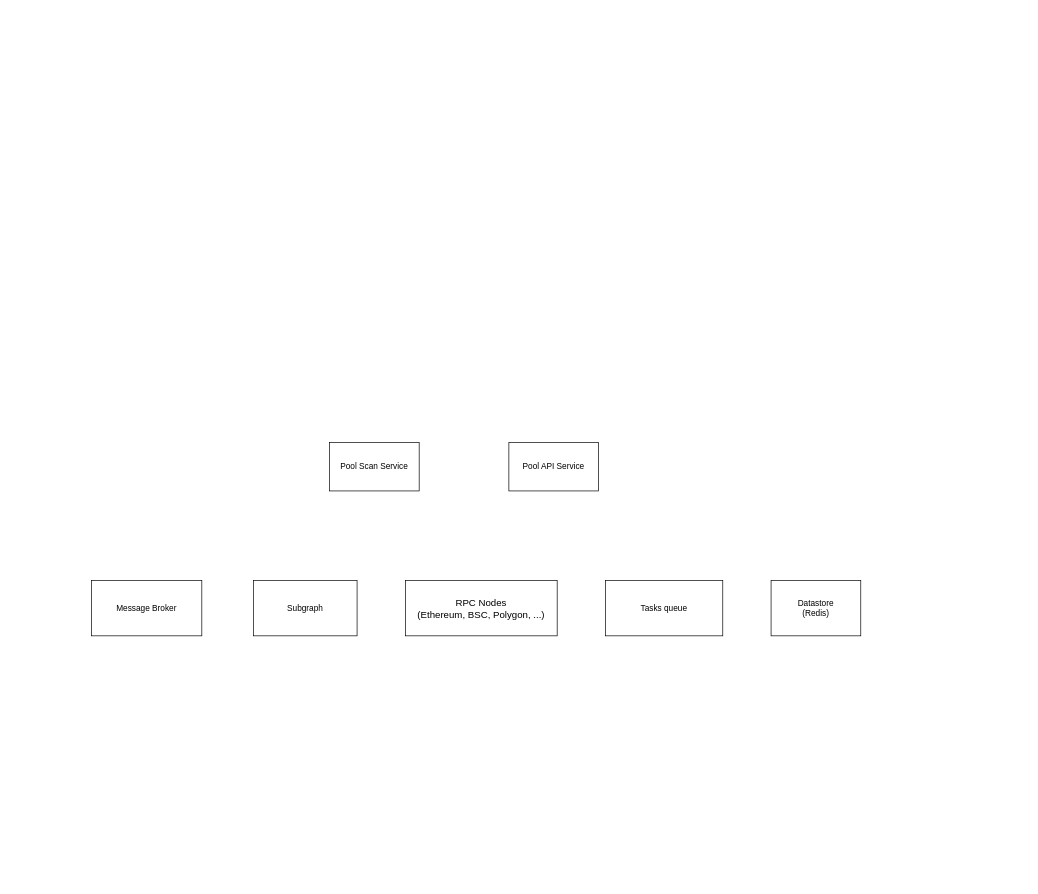
Before: Pool service system components.drawio in piavgh/draw.io-data, a draw.io diagram. Source tidied: cells renumbered, new cells numbered last; positions are measured from the earlier drawing's top-left corner, leaving out a move shared by most shapes. Both pictures are drawn from the tidied source at 69%, with x=0, y=0 at pixel (91, 442).
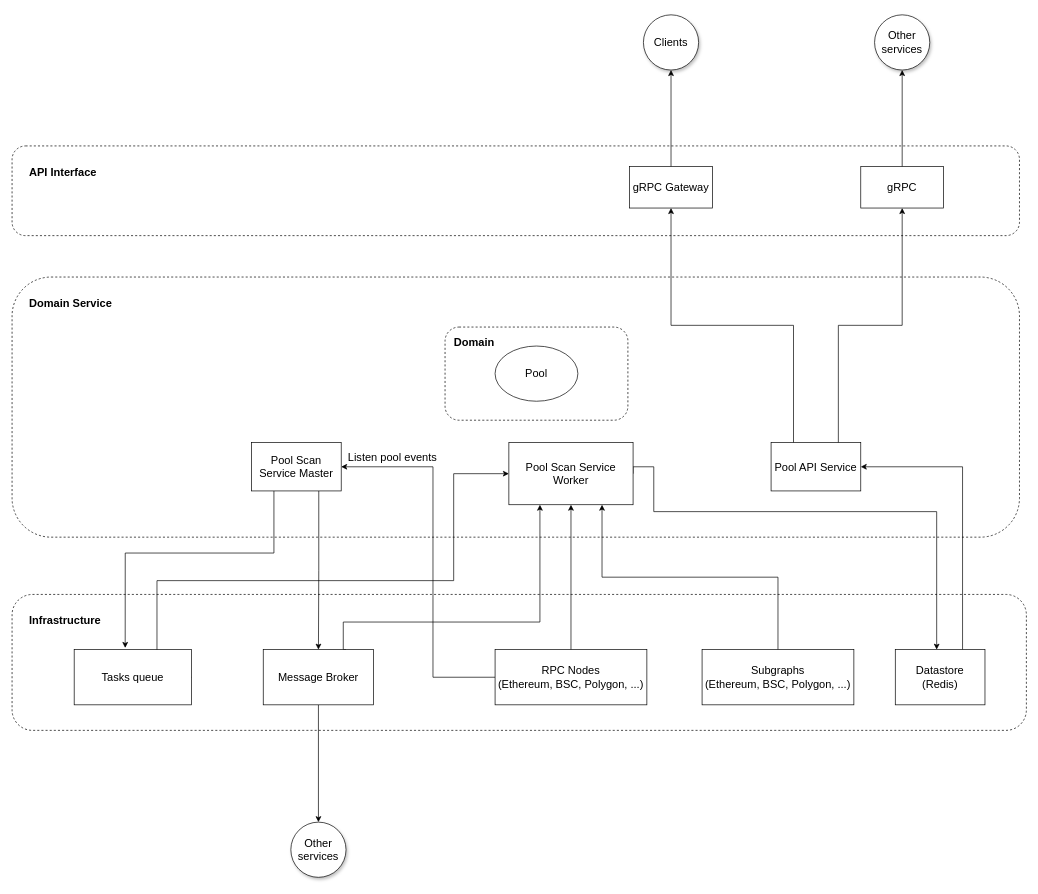
After the change.

Change to the diagram source:
```diff
@@
+    <mxCell id="9" value="&lt;b&gt;API Interface&lt;/b&gt;" style="rounded=1;whiteSpace=wrap;html=1;dashed=1;fontSize=16;fillColor=default;align=left;verticalAlign=top;spacingTop=22;spacingLeft=23;fillOpacity=50;" parent="1" vertex="1">
+      <mxGeometry x="-115" y="-430" width="1460" height="130" as="geometry" />
+    </mxCell>
+    <mxCell id="10" value="&lt;b&gt;Infrastructure&lt;/b&gt;" style="rounded=1;whiteSpace=wrap;html=1;dashed=1;fontSize=16;fillColor=default;align=left;verticalAlign=top;spacingTop=22;spacingLeft=23;fillOpacity=50;" parent="1" vertex="1">
+      <mxGeometry x="-115" y="220" width="1470" height="197" as="geometry" />
+    </mxCell>
+    <mxCell id="11" value="&lt;b&gt;Domain Service&lt;/b&gt;" style="rounded=1;whiteSpace=wrap;html=1;dashed=1;fontSize=16;fillColor=default;align=left;verticalAlign=top;spacingTop=22;spacingLeft=23;fillOpacity=50;" parent="1" vertex="1">
+      <mxGeometry x="-115" y="-240" width="1460" height="377" as="geometry" />
+    </mxCell>
+    <mxCell id="12" style="edgeStyle=orthogonalEdgeStyle;rounded=0;jettySize=auto;html=1;exitX=0.25;exitY=0;exitDx=0;exitDy=0;entryX=0.5;entryY=1;entryDx=0;entryDy=0;fontSize=16;" parent="1" edge="1" source="2" target="25">
+      <mxGeometry relative="1" as="geometry" />
+    </mxCell>
+    <mxCell id="13" style="edgeStyle=orthogonalEdgeStyle;rounded=0;jettySize=auto;html=1;exitX=0.75;exitY=0;exitDx=0;exitDy=0;entryX=0.5;entryY=1;entryDx=0;entryDy=0;fontSize=16;" parent="1" edge="1" source="2" target="29">
+      <mxGeometry relative="1" as="geometry" />
+    </mxCell>
-    <mxCell id="2" value="Pool API Service" style="rounded=0;whiteSpace=wrap;html=1;" parent="1" vertex="1">
-      <mxGeometry x="605" width="130" height="70" as="geometry" />
+    <mxCell id="2" value="Pool API Service" style="rounded=0;whiteSpace=wrap;html=1;fontSize=16;" parent="1" vertex="1">
+      <mxGeometry x="985" width="130" height="70" as="geometry" />
     </mxCell>
+    <mxCell id="14" style="edgeStyle=orthogonalEdgeStyle;rounded=0;jettySize=auto;html=1;exitX=0.25;exitY=1;exitDx=0;exitDy=0;entryX=0.435;entryY=-0.031;entryDx=0;entryDy=0;entryPerimeter=0;fontSize=16;" parent="1" edge="1" source="3" target="7">
+      <mxGeometry relative="1" as="geometry">
+        <Array as="points">
+          <mxPoint x="265" y="160" />
+          <mxPoint x="49" y="160" />
+        </Array>
+      </mxGeometry>
+    </mxCell>
+    <mxCell id="15" style="edgeStyle=orthogonalEdgeStyle;rounded=0;jettySize=auto;html=1;exitX=0.75;exitY=1;exitDx=0;exitDy=0;entryX=0.5;entryY=0;entryDx=0;entryDy=0;fontSize=16;startArrow=none;startFill=0;endArrow=classic;endFill=1;" parent="1" edge="1" source="3" target="4">
+      <mxGeometry relative="1" as="geometry" />
+    </mxCell>
-    <mxCell id="3" value="Pool Scan Service" style="rounded=0;whiteSpace=wrap;html=1;" parent="1" vertex="1">
-      <mxGeometry x="345" width="130" height="70" as="geometry" />
+    <mxCell id="3" value="Pool Scan Service Master" style="rounded=0;whiteSpace=wrap;html=1;fontSize=16;" parent="1" vertex="1">
+      <mxGeometry x="232" width="130" height="70" as="geometry" />
     </mxCell>
+    <mxCell id="16" style="edgeStyle=orthogonalEdgeStyle;rounded=0;jettySize=auto;html=1;exitX=0.5;exitY=1;exitDx=0;exitDy=0;entryX=0.5;entryY=0;entryDx=0;entryDy=0;fontSize=16;" parent="1" edge="1" source="4" target="35">
+      <mxGeometry relative="1" as="geometry" />
+    </mxCell>
+    <mxCell id="17" style="edgeStyle=orthogonalEdgeStyle;rounded=0;jettySize=auto;html=1;exitX=0.75;exitY=0;exitDx=0;exitDy=0;entryX=0.25;entryY=1;entryDx=0;entryDy=0;fontSize=16;startArrow=none;startFill=0;endArrow=classic;endFill=1;" parent="1" edge="1" source="4" target="27">
+      <mxGeometry relative="1" as="geometry">
+        <Array as="points">
+          <mxPoint x="365" y="300" />
+          <mxPoint x="365" y="260" />
+          <mxPoint x="650" y="260" />
+        </Array>
+      </mxGeometry>
+    </mxCell>
-    <mxCell id="4" value="Message Broker" style="rounded=0;whiteSpace=wrap;html=1;" parent="1" vertex="1">
-      <mxGeometry y="200" width="160" height="80" as="geometry" />
+    <mxCell id="4" value="Message Broker" style="rounded=0;whiteSpace=wrap;html=1;fontSize=16;" parent="1" vertex="1">
+      <mxGeometry x="249" y="300" width="160" height="80" as="geometry" />
     </mxCell>
+    <mxCell id="18" style="edgeStyle=orthogonalEdgeStyle;rounded=0;jettySize=auto;html=1;exitX=0.5;exitY=0;exitDx=0;exitDy=0;entryX=0.75;entryY=1;entryDx=0;entryDy=0;fontSize=16;" parent="1" edge="1" source="5" target="27">
+      <mxGeometry relative="1" as="geometry" />
+    </mxCell>
-    <mxCell id="5" value="Subgraph" style="rounded=0;whiteSpace=wrap;html=1;" parent="1" vertex="1">
-      <mxGeometry x="235" y="200" width="150" height="80" as="geometry" />
+    <mxCell id="5" value="Subgraphs&lt;br style=&quot;font-size: 16px;&quot;&gt;(Ethereum, BSC, Polygon, ...)" style="rounded=0;whiteSpace=wrap;html=1;fontSize=16;" parent="1" vertex="1">
+      <mxGeometry x="885" y="300" width="220" height="80" as="geometry" />
     </mxCell>
+    <mxCell id="19" style="edgeStyle=orthogonalEdgeStyle;rounded=0;jettySize=auto;html=1;exitX=0.5;exitY=0;exitDx=0;exitDy=0;entryX=0.5;entryY=1;entryDx=0;entryDy=0;fontSize=16;" parent="1" edge="1" source="6" target="27">
+      <mxGeometry relative="1" as="geometry" />
+    </mxCell>
+    <mxCell id="20" style="edgeStyle=orthogonalEdgeStyle;rounded=0;jettySize=auto;html=1;exitX=0;exitY=0.5;exitDx=0;exitDy=0;entryX=1;entryY=0.5;entryDx=0;entryDy=0;fontSize=16;startArrow=none;startFill=0;endArrow=classic;endFill=1;" parent="1" edge="1" source="6" target="3">
+      <mxGeometry relative="1" as="geometry">
+        <Array as="points">
+          <mxPoint x="495" y="340" />
+          <mxPoint x="495" y="35" />
+        </Array>
+      </mxGeometry>
+    </mxCell>
+    <mxCell id="21" value="Listen pool events" style="edgeLabel;html=1;align=center;verticalAlign=middle;fontSize=16;" parent="20" vertex="1">
+      <mxGeometry x="0.88" y="-2" relative="1" as="geometry">
+        <mxPoint x="41" y="-13" as="offset" />
+      </mxGeometry>
+    </mxCell>
-    <mxCell id="6" value="&lt;span style=&quot;font-size: 14px;&quot;&gt;RPC Nodes&lt;/span&gt;&lt;br style=&quot;padding: 0px; margin: 0px; font-size: 14px;&quot;&gt;&lt;span style=&quot;font-size: 14px;&quot;&gt;(Ethereum, BSC, Polygon, ...)&lt;/span&gt;" style="rounded=0;whiteSpace=wrap;html=1;" parent="1" vertex="1">
-      <mxGeometry x="455" y="200" width="220" height="80" as="geometry" />
+    <mxCell id="6" value="&lt;span style=&quot;font-size: 16px;&quot;&gt;RPC Nodes&lt;/span&gt;&lt;br style=&quot;padding: 0px; margin: 0px; font-size: 16px;&quot;&gt;&lt;span style=&quot;font-size: 16px;&quot;&gt;(Ethereum, BSC, Polygon, ...)&lt;/span&gt;" style="rounded=0;whiteSpace=wrap;html=1;fontSize=16;" parent="1" vertex="1">
+      <mxGeometry x="585" y="300" width="220" height="80" as="geometry" />
     </mxCell>
+    <mxCell id="22" style="edgeStyle=orthogonalEdgeStyle;rounded=0;jettySize=auto;html=1;exitX=1;exitY=0.5;exitDx=0;exitDy=0;entryX=0;entryY=0.5;entryDx=0;entryDy=0;fontSize=16;" parent="1" edge="1" source="7" target="27">
+      <mxGeometry relative="1" as="geometry">
+        <Array as="points">
+          <mxPoint x="95" y="340" />
+          <mxPoint x="95" y="200" />
+          <mxPoint x="525" y="200" />
+          <mxPoint x="525" y="45" />
+        </Array>
+      </mxGeometry>
+    </mxCell>
-    <mxCell id="7" value="Tasks queue" style="rounded=0;whiteSpace=wrap;html=1;" parent="1" vertex="1">
-      <mxGeometry x="745" y="200" width="170" height="80" as="geometry" />
+    <mxCell id="7" value="Tasks queue" style="rounded=0;whiteSpace=wrap;html=1;fontSize=16;" parent="1" vertex="1">
+      <mxGeometry x="-25" y="300" width="170" height="80" as="geometry" />
     </mxCell>
+    <mxCell id="23" style="edgeStyle=orthogonalEdgeStyle;rounded=0;jettySize=auto;html=1;exitX=0.75;exitY=0;exitDx=0;exitDy=0;entryX=1;entryY=0.5;entryDx=0;entryDy=0;fontSize=16;" parent="1" edge="1" source="8" target="2">
+      <mxGeometry relative="1" as="geometry" />
+    </mxCell>
-    <mxCell id="8" value="Datastore&lt;br&gt;(Redis)" style="rounded=0;whiteSpace=wrap;html=1;" parent="1" vertex="1">
-      <mxGeometry x="985" y="200" width="130" height="80" as="geometry" />
+    <mxCell id="8" value="Datastore&lt;br style=&quot;font-size: 16px;&quot;&gt;(Redis)" style="rounded=0;whiteSpace=wrap;html=1;fontSize=16;" parent="1" vertex="1">
+      <mxGeometry x="1165" y="300" width="130" height="80" as="geometry" />
     </mxCell>
+    <mxCell id="24" style="edgeStyle=orthogonalEdgeStyle;rounded=0;jettySize=auto;html=1;exitX=0.5;exitY=0;exitDx=0;exitDy=0;entryX=0.5;entryY=1;entryDx=0;entryDy=0;fontSize=16;" parent="1" edge="1" source="25" target="33">
+      <mxGeometry relative="1" as="geometry" />
+    </mxCell>
+    <mxCell id="25" value="gRPC Gateway" style="rounded=0;whiteSpace=wrap;html=1;fontSize=16;" parent="1" vertex="1">
+      <mxGeometry x="780" y="-400" width="120" height="60" as="geometry" />
+    </mxCell>
+    <mxCell id="26" style="edgeStyle=orthogonalEdgeStyle;rounded=0;jettySize=auto;html=1;exitX=1;exitY=0.5;exitDx=0;exitDy=0;fontSize=16;" parent="1" edge="1" source="27">
+      <mxGeometry relative="1" as="geometry">
+        <mxPoint x="1225" y="300" as="targetPoint" />
+        <Array as="points">
+          <mxPoint x="785" y="35" />
+          <mxPoint x="815" y="35" />
+          <mxPoint x="815" y="100" />
+          <mxPoint x="1225" y="100" />
+        </Array>
+      </mxGeometry>
+    </mxCell>
+    <mxCell id="27" value="Pool Scan Service Worker" style="rounded=0;whiteSpace=wrap;html=1;fontSize=16;" parent="1" vertex="1">
+      <mxGeometry x="605" width="180" height="90" as="geometry" />
+    </mxCell>
+    <mxCell id="28" style="edgeStyle=orthogonalEdgeStyle;rounded=0;jettySize=auto;html=1;exitX=0.5;exitY=0;exitDx=0;exitDy=0;fontSize=16;" parent="1" edge="1" source="29" target="34">
+      <mxGeometry relative="1" as="geometry" />
+    </mxCell>
+    <mxCell id="29" value="gRPC" style="rounded=0;whiteSpace=wrap;html=1;fontSize=16;" parent="1" vertex="1">
+      <mxGeometry x="1115" y="-400" width="120" height="60" as="geometry" />
+    </mxCell>
+    <mxCell id="30" style="rounded=1;whiteSpace=wrap;html=1;fontSize=16;dashed=1;fillOpacity=50;" parent="1" vertex="1">
+      <mxGeometry x="512.5" y="-167.5" width="265" height="135" as="geometry" />
+    </mxCell>
+    <mxCell id="31" value="Pool" style="ellipse;whiteSpace=wrap;html=1;fontSize=16;" parent="1" vertex="1">
+      <mxGeometry x="585" y="-140" width="120" height="80" as="geometry" />
+    </mxCell>
+    <mxCell id="32" value="&lt;b&gt;Domain&lt;/b&gt;" style="text;html=1;strokeColor=none;fillColor=none;align=center;verticalAlign=middle;whiteSpace=wrap;rounded=0;dashed=1;fontSize=16;" parent="1" vertex="1">
+      <mxGeometry x="525" y="-160" width="60" height="30" as="geometry" />
+    </mxCell>
+    <mxCell id="33" value="Clients" style="ellipse;whiteSpace=wrap;html=1;shadow=1;fontSize=16;fillColor=default;" parent="1" vertex="1">
+      <mxGeometry x="800" y="-620" width="80" height="80" as="geometry" />
+    </mxCell>
+    <mxCell id="34" value="Other services" style="ellipse;whiteSpace=wrap;html=1;shadow=1;fontSize=16;fillColor=default;" parent="1" vertex="1">
+      <mxGeometry x="1135" y="-620" width="80" height="80" as="geometry" />
+    </mxCell>
+    <mxCell id="35" value="Other services" style="ellipse;whiteSpace=wrap;html=1;shadow=1;fontSize=16;fillColor=default;" parent="1" vertex="1">
+      <mxGeometry x="289" y="550" width="80" height="80" as="geometry" />
+    </mxCell>
```
